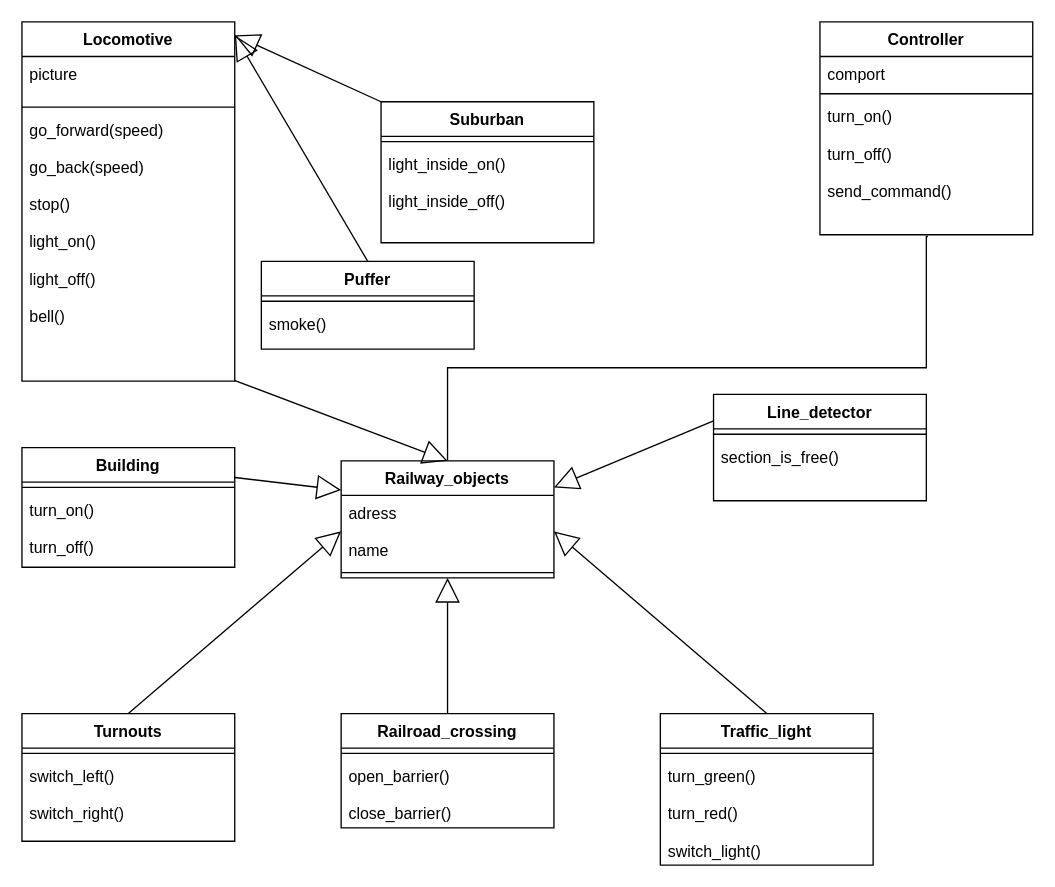
The draw.io diagram Untitled Diagram.drawio in 1yesbro/pika, before the edit. Source tidied: cells renumbered, new cells numbered last; positions are measured from the earlier drawing's top-left corner, leaving out a move shared by most shapes. Both pictures are drawn from the tidied source at 133%, with x=0, y=0 at pixel (21, 21).
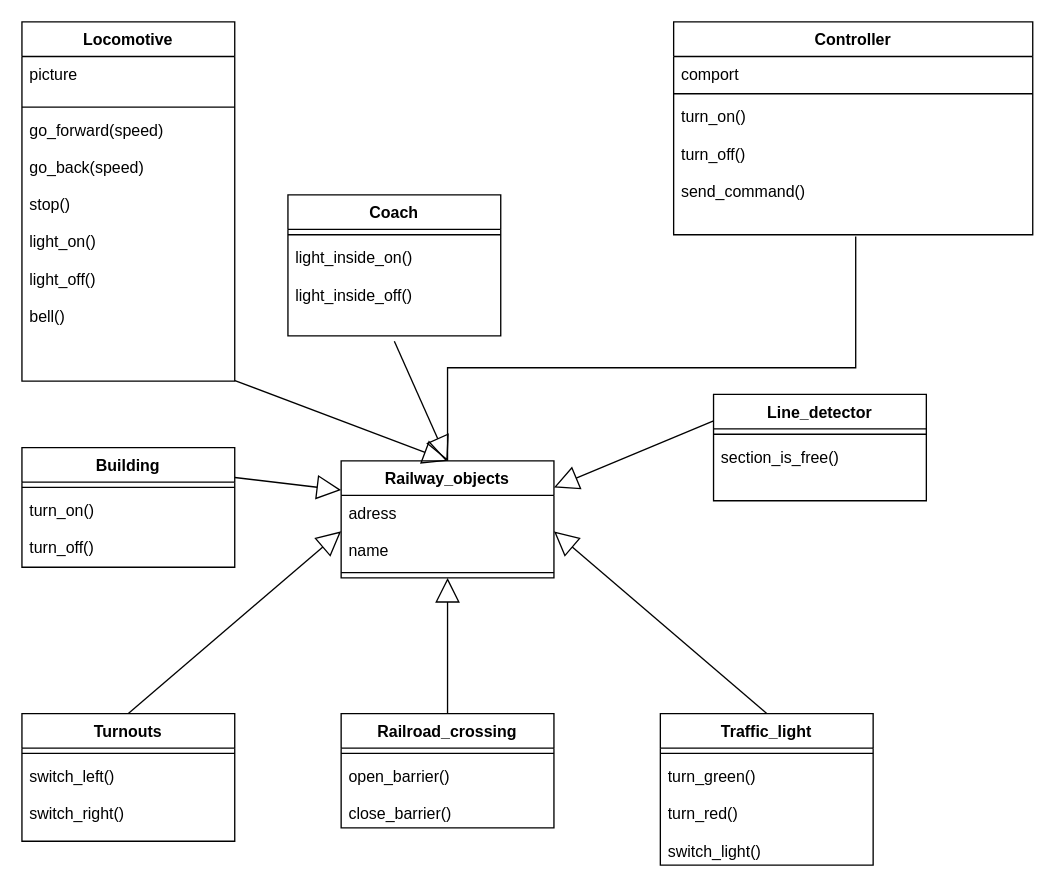
After the change.

The change refers to these unchanged cells:
```xml
<mxCell id="12" value="light_inside_on()&#10;&#10;light_inside_off()" style="text;strokeColor=none;fillColor=none;align=left;verticalAlign=top;spacingLeft=4;spacingRight=4;overflow=hidden;points=[[0,0.5],[1,0.5]];portConstraint=eastwest;" parent="10" vertex="1">
  <mxGeometry y="34" width="160" height="72" as="geometry" />
</mxCell>
<mxCell id="23" value="Railway_objects" style="swimlane;fontStyle=1;align=center;verticalAlign=top;horizontal=1;startSize=26;" parent="1" vertex="1">
  <mxGeometry x="240" y="330" width="160" height="88" as="geometry" />
</mxCell>
```

Diff of the diagram source:
```diff
@@
-    <mxCell id="6" value="Puffer" style="swimlane;fontStyle=1;align=center;verticalAlign=top;horizontal=1;startSize=26;" parent="1" vertex="1">
-      <mxGeometry x="180" y="180" width="160" height="66" as="geometry" />
-    </mxCell>
-    <mxCell id="7" style="line;strokeWidth=1;fillColor=none;align=left;verticalAlign=middle;spacingTop=-1;spacingLeft=3;spacingRight=3;labelPosition=right;" parent="6" vertex="1">
-      <mxGeometry y="26" width="160" height="8" as="geometry" />
-    </mxCell>
-    <mxCell id="8" value="smoke()" style="text;strokeColor=none;fillColor=none;align=left;verticalAlign=top;spacingLeft=4;spacingRight=4;overflow=hidden;" parent="6" vertex="1">
-      <mxGeometry y="34" width="160" height="32" as="geometry" />
-    </mxCell>
-    <mxCell id="9" style="endArrow=block;endSize=16;endFill=0;html=1;rounded=0;exitX=0.5;exitY=0;exitDx=0;exitDy=0;" parent="1" edge="1" source="6">
-      <mxGeometry relative="1" as="geometry">
-        <mxPoint x="160" y="10" as="targetPoint" />
-      </mxGeometry>
-    </mxCell>
-    <mxCell id="10" value="Suburban" style="swimlane;fontStyle=1;align=center;verticalAlign=top;horizontal=1;startSize=26;" parent="1" vertex="1">
-      <mxGeometry x="270" y="60" width="160" height="106" as="geometry" />
+    <mxCell id="10" value="Coach" style="swimlane;fontStyle=1;align=center;verticalAlign=top;horizontal=1;startSize=26;" parent="1" vertex="1">
+      <mxGeometry x="200" y="130" width="160" height="106" as="geometry" />
     </mxCell>
@@
-    <mxCell id="13" style="endArrow=block;endSize=16;endFill=0;html=1;rounded=0;exitX=0;exitY=0;exitDx=0;exitDy=0;" parent="1" edge="1" source="10">
-      <mxGeometry relative="1" as="geometry">
-        <mxPoint x="160" y="10" as="targetPoint" />
-      </mxGeometry>
-    </mxCell>
@@
     <mxCell id="38" value="Controller" style="swimlane;fontStyle=1;align=center;verticalAlign=top;horizontal=1;startSize=26;" parent="1" vertex="1">
-      <mxGeometry x="600" width="160" height="160" as="geometry" />
+      <mxGeometry x="490" width="270" height="160" as="geometry" />
     </mxCell>
     <mxCell id="39" value="comport&#10;" style="text;strokeColor=none;fillColor=none;align=left;verticalAlign=top;spacingLeft=4;spacingRight=4;overflow=hidden;" parent="38" vertex="1">
-      <mxGeometry y="26" width="160" height="24" as="geometry" />
+      <mxGeometry y="26" width="270" height="24" as="geometry" />
     </mxCell>
     <mxCell id="40" style="line;strokeWidth=1;fillColor=none;align=left;verticalAlign=middle;spacingTop=-1;spacingLeft=3;spacingRight=3;labelPosition=right;" parent="38" vertex="1">
-      <mxGeometry y="50" width="160" height="8" as="geometry" />
+      <mxGeometry y="50" width="270" height="8" as="geometry" />
     </mxCell>
     <mxCell id="41" value="turn_on()&#10;&#10;turn_off()&#10;&#10;send_command()" style="text;strokeColor=none;fillColor=none;align=left;verticalAlign=top;spacingLeft=4;spacingRight=4;overflow=hidden;points=[[0,0.5],[1,0.5]];portConstraint=eastwest;" parent="38" vertex="1">
-      <mxGeometry y="58" width="160" height="102" as="geometry" />
+      <mxGeometry y="58" width="270" height="102" as="geometry" />
     </mxCell>
     <mxCell id="42" style="endArrow=none;html=1;edgeStyle=orthogonalEdgeStyle;rounded=0;exitX=0.5;exitY=0;exitDx=0;exitDy=0;entryX=0.507;entryY=1.013;entryDx=0;entryDy=0;entryPerimeter=0;" parent="1" edge="1" source="23" target="41">
       <mxGeometry relative="1" as="geometry">
         <Array as="points">
           <mxPoint x="320" y="260" />
-          <mxPoint x="680" y="260" />
-          <mxPoint x="680" y="161" />
+          <mxPoint x="627" y="260" />
         </Array>
       </mxGeometry>
     </mxCell>
+    <mxCell id="43" style="endArrow=block;endSize=16;endFill=0;html=1;rounded=0;exitX=0.5;exitY=1.056;exitDx=0;exitDy=0;exitPerimeter=0;" parent="1" edge="1" source="12">
+      <mxGeometry relative="1" as="geometry">
+        <mxPoint x="320" y="330" as="targetPoint" />
+      </mxGeometry>
+    </mxCell>
```
